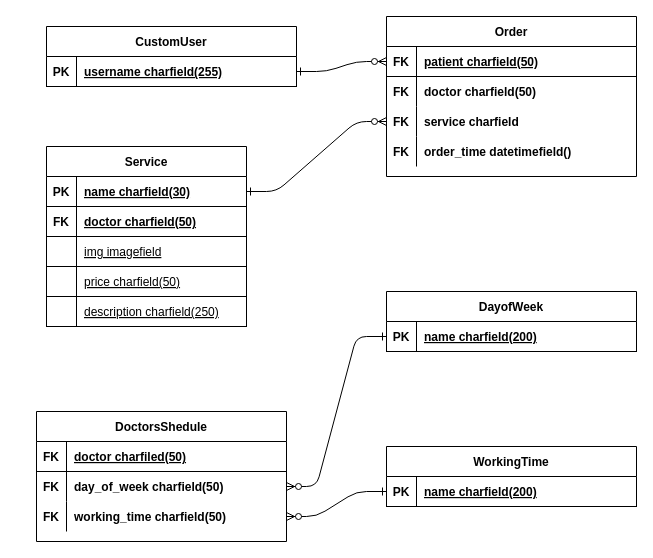
Before: Диаграмма без названия.drawio in mbayzhanova/Dental_clinic, a draw.io diagram. Source tidied: cells renumbered, new cells numbered last; positions are measured from the earlier drawing's top-left corner, leaving out a move shared by most shapes. Both pictures are drawn from the tidied source at 100%, with x=0, y=0 at pixel (36, 16).
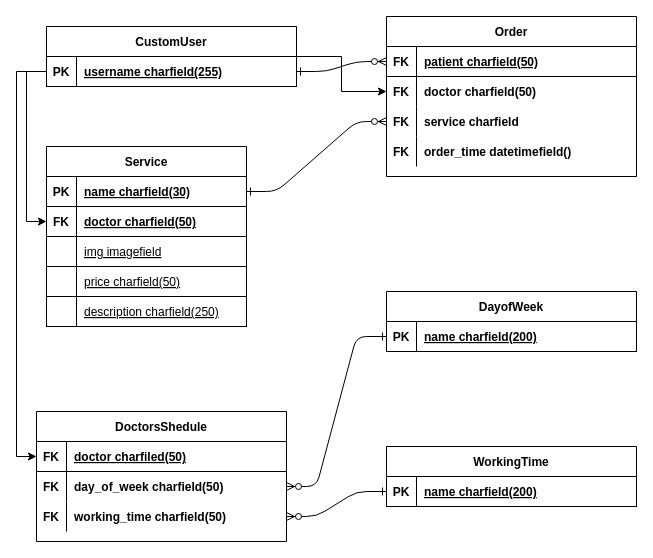
The same page after the edit.

The change refers to these unchanged cells:
```xml
<mxCell id="7" style="shape=partialRectangle;fillColor=none;points=[[0,0.5],[1,0.5]];portConstraint=eastwest;top=0;left=0;right=0;bottom=0;" parent="3" vertex="1">
  <mxGeometry y="60" width="250" height="30" as="geometry" />
</mxCell>
<mxCell id="24" style="shape=partialRectangle;fillColor=none;points=[[0,0.5],[1,0.5]];portConstraint=eastwest;top=0;left=0;right=0;bottom=1;" parent="20" vertex="1">
  <mxGeometry y="60" width="200" height="30" as="geometry" />
</mxCell>
<mxCell id="36" value="CustomUser" style="shape=table;startSize=30;childLayout=tableLayout;rowLines=0;fontStyle=1;align=center;" parent="1" vertex="1">
  <mxGeometry x="10" y="10" width="250" height="60" as="geometry" />
</mxCell>
<mxCell id="37" style="shape=partialRectangle;fillColor=none;points=[[0,0.5],[1,0.5]];portConstraint=eastwest;top=0;left=0;right=0;bottom=1;" parent="36" vertex="1">
  <mxGeometry y="30" width="250" height="30" as="geometry" />
</mxCell>
<mxCell id="45" style="shape=partialRectangle;fillColor=none;points=[[0,0.5],[1,0.5]];portConstraint=eastwest;top=0;left=0;right=0;bottom=1;" parent="44" vertex="1">
  <mxGeometry y="30" width="250" height="30" as="geometry" />
</mxCell>
```

What changed in the source:
```diff
@@
+    <mxCell id="57" style="edgeStyle=orthogonalEdgeStyle;rounded=0;jettySize=auto;html=1;entryX=0;entryY=0.5;entryDx=0;entryDy=0;" parent="1" edge="1" source="36" target="7">
+      <mxGeometry relative="1" as="geometry" />
+    </mxCell>
@@
+    <mxCell id="58" style="edgeStyle=orthogonalEdgeStyle;rounded=0;jettySize=auto;html=1;exitX=0;exitY=0.5;exitDx=0;exitDy=0;entryX=0;entryY=0.5;entryDx=0;entryDy=0;" parent="1" edge="1" source="37" target="24">
+      <mxGeometry relative="1" as="geometry" />
+    </mxCell>
+    <mxCell id="59" style="edgeStyle=orthogonalEdgeStyle;rounded=0;jettySize=auto;html=1;exitX=0;exitY=0.5;exitDx=0;exitDy=0;entryX=0;entryY=0.5;entryDx=0;entryDy=0;" parent="1" edge="1" source="37" target="45">
+      <mxGeometry relative="1" as="geometry" />
+    </mxCell>
```
